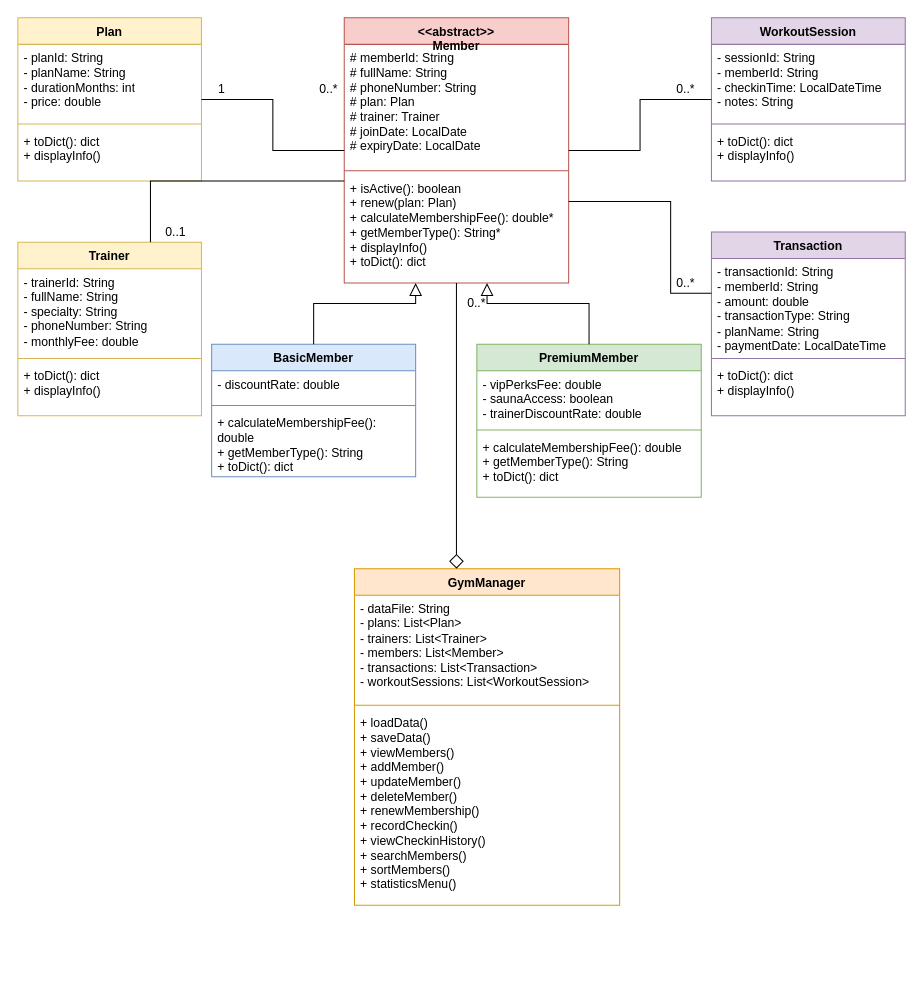
LuongKhaiAn/btl-python-nhom7 keeps this draw.io diagram as page "Class Diagram" (1 of 3) of docs/UML.drawio. Above is the earlier version. Source tidied: cells renumbered, new cells numbered last; positions are measured from the earlier drawing's top-left corner, leaving out a move shared by most shapes. Both pictures are drawn from the tidied source at 102%, with x=0, y=0 at pixel (17, 17).
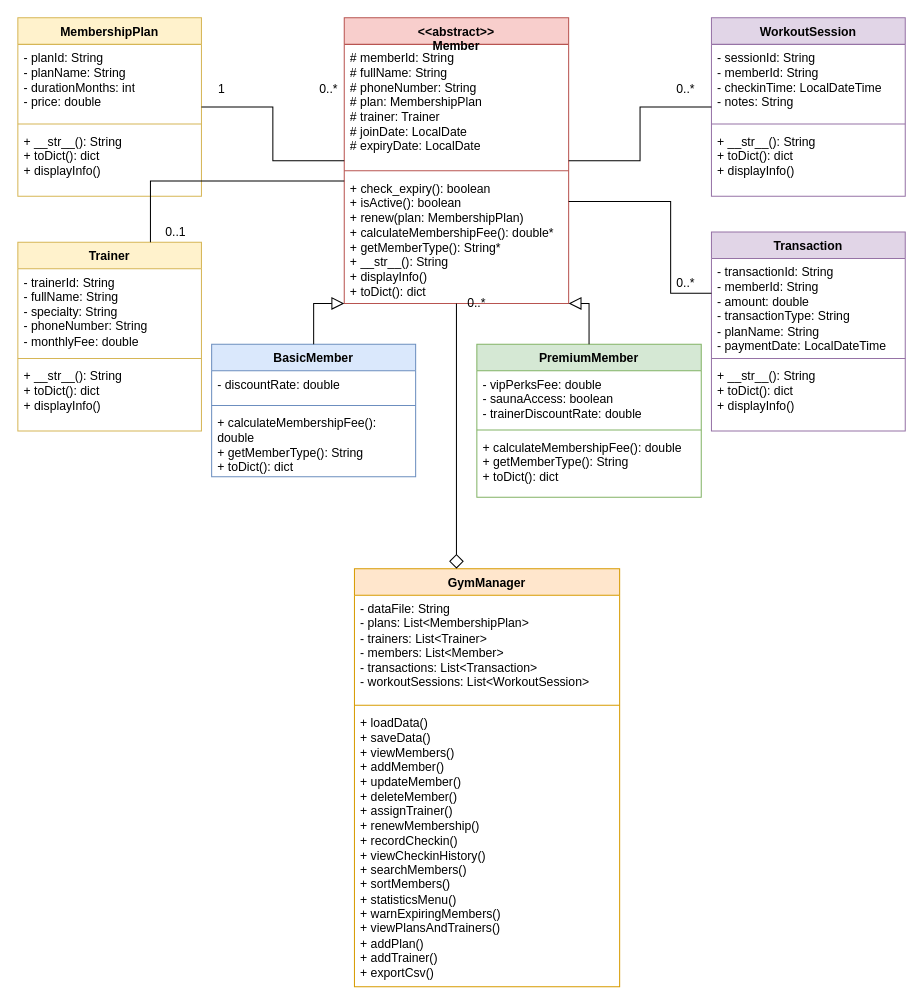
The same diagram, later.

What changed in the source:
```diff
@@
     <mxCell id="2" value="&amp;lt;&amp;lt;abstract&amp;gt;&amp;gt;&#10;Member" style="swimlane;fontStyle=1;align=center;verticalAlign=top;horizontal=1;startSize=26;whiteSpace=wrap;html=1;fillColor=#f8cecc;strokeColor=#b85450;" parent="1" vertex="1">
-      <mxGeometry x="320" width="220" height="260" as="geometry" />
+      <mxGeometry x="320" width="220" height="280" as="geometry" />
     </mxCell>
-    <mxCell id="3" value="# memberId: String&#10;# fullName: String&#10;# phoneNumber: String&#10;# plan: Plan&#10;# trainer: Trainer&#10;# joinDate: LocalDate&#10;# expiryDate: LocalDate" style="text;strokeColor=none;fillColor=none;align=left;verticalAlign=top;spacingLeft=4;spacingRight=4;overflow=hidden;whiteSpace=wrap;html=1;" parent="2" vertex="1">
+    <mxCell id="3" value="# memberId: String&#10;# fullName: String&#10;# phoneNumber: String&#10;# plan: MembershipPlan&#10;# trainer: Trainer&#10;# joinDate: LocalDate&#10;# expiryDate: LocalDate" style="text;strokeColor=none;fillColor=none;align=left;verticalAlign=top;spacingLeft=4;spacingRight=4;overflow=hidden;whiteSpace=wrap;html=1;" parent="2" vertex="1">
       <mxGeometry y="26" width="220" height="120" as="geometry" />
     </mxCell>
@@
-    <mxCell id="5" value="+ isActive(): boolean&#10;+ renew(plan: Plan)&#10;+ calculateMembershipFee(): double*&#10;+ getMemberType(): String*&#10;+ displayInfo()&#10;+ toDict(): dict" style="text;strokeColor=none;fillColor=none;align=left;verticalAlign=top;spacingLeft=4;spacingRight=4;overflow=hidden;whiteSpace=wrap;html=1;" parent="2" vertex="1">
-      <mxGeometry y="154" width="220" height="106" as="geometry" />
+    <mxCell id="5" value="+ check_expiry(): boolean&#10;+ isActive(): boolean&#10;+ renew(plan: MembershipPlan)&#10;+ calculateMembershipFee(): double*&#10;+ getMemberType(): String*&#10;+ __str__(): String&#10;+ displayInfo()&#10;+ toDict(): dict" style="text;strokeColor=none;fillColor=none;align=left;verticalAlign=top;spacingLeft=4;spacingRight=4;overflow=hidden;whiteSpace=wrap;html=1;" parent="2" vertex="1">
+      <mxGeometry y="154" width="220" height="126" as="geometry" />
     </mxCell>
@@
-    <mxCell id="16" value="Plan" style="swimlane;fontStyle=1;align=center;verticalAlign=top;horizontal=1;startSize=26;whiteSpace=wrap;html=1;fillColor=#fff2cc;strokeColor=#d6b656;" parent="1" vertex="1">
-      <mxGeometry width="180" height="160" as="geometry" />
+    <mxCell id="16" value="MembershipPlan" style="swimlane;fontStyle=1;align=center;verticalAlign=top;horizontal=1;startSize=26;whiteSpace=wrap;html=1;fillColor=#fff2cc;strokeColor=#d6b656;" parent="1" vertex="1">
+      <mxGeometry width="180" height="175" as="geometry" />
     </mxCell>
@@
-    <mxCell id="19" value="+ toDict(): dict&#10;+ displayInfo()" style="text;strokeColor=none;fillColor=none;align=left;verticalAlign=top;spacingLeft=4;spacingRight=4;overflow=hidden;whiteSpace=wrap;html=1;" parent="16" vertex="1">
-      <mxGeometry y="108" width="180" height="52" as="geometry" />
+    <mxCell id="19" value="+ __str__(): String&#10;+ toDict(): dict&#10;+ displayInfo()" style="text;strokeColor=none;fillColor=none;align=left;verticalAlign=top;spacingLeft=4;spacingRight=4;overflow=hidden;whiteSpace=wrap;html=1;" parent="16" vertex="1">
+      <mxGeometry y="108" width="180" height="67" as="geometry" />
     </mxCell>
     <mxCell id="20" value="Trainer" style="swimlane;fontStyle=1;align=center;verticalAlign=top;horizontal=1;startSize=26;whiteSpace=wrap;html=1;fillColor=#fff2cc;strokeColor=#d6b656;" parent="1" vertex="1">
-      <mxGeometry y="220" width="180" height="170" as="geometry" />
+      <mxGeometry y="220" width="180" height="185" as="geometry" />
     </mxCell>
@@
-    <mxCell id="23" value="+ toDict(): dict&#10;+ displayInfo()" style="text;strokeColor=none;fillColor=none;align=left;verticalAlign=top;spacingLeft=4;spacingRight=4;overflow=hidden;whiteSpace=wrap;html=1;" parent="20" vertex="1">
-      <mxGeometry y="118" width="180" height="52" as="geometry" />
+    <mxCell id="23" value="+ __str__(): String&#10;+ toDict(): dict&#10;+ displayInfo()" style="text;strokeColor=none;fillColor=none;align=left;verticalAlign=top;spacingLeft=4;spacingRight=4;overflow=hidden;whiteSpace=wrap;html=1;" parent="20" vertex="1">
+      <mxGeometry y="118" width="180" height="67" as="geometry" />
     </mxCell>
     <mxCell id="24" value="WorkoutSession" style="swimlane;fontStyle=1;align=center;verticalAlign=top;horizontal=1;startSize=26;whiteSpace=wrap;html=1;fillColor=#e1d5e7;strokeColor=#9673a6;" parent="1" vertex="1">
-      <mxGeometry x="680" width="190" height="160" as="geometry" />
+      <mxGeometry x="680" width="190" height="175" as="geometry" />
     </mxCell>
@@
-    <mxCell id="27" value="+ toDict(): dict&#10;+ displayInfo()" style="text;strokeColor=none;fillColor=none;align=left;verticalAlign=top;spacingLeft=4;spacingRight=4;overflow=hidden;whiteSpace=wrap;html=1;" parent="24" vertex="1">
-      <mxGeometry y="108" width="190" height="52" as="geometry" />
+    <mxCell id="27" value="+ __str__(): String&#10;+ toDict(): dict&#10;+ displayInfo()" style="text;strokeColor=none;fillColor=none;align=left;verticalAlign=top;spacingLeft=4;spacingRight=4;overflow=hidden;whiteSpace=wrap;html=1;" parent="24" vertex="1">
+      <mxGeometry y="108" width="190" height="67" as="geometry" />
     </mxCell>
     <mxCell id="28" value="Transaction" style="swimlane;fontStyle=1;align=center;verticalAlign=top;horizontal=1;startSize=26;whiteSpace=wrap;html=1;fillColor=#e1d5e7;strokeColor=#9673a6;" parent="1" vertex="1">
-      <mxGeometry x="680" y="210" width="190" height="180" as="geometry" />
+      <mxGeometry x="680" y="210" width="190" height="195" as="geometry" />
     </mxCell>
@@
-    <mxCell id="31" value="+ toDict(): dict&#10;+ displayInfo()" style="text;strokeColor=none;fillColor=none;align=left;verticalAlign=top;spacingLeft=4;spacingRight=4;overflow=hidden;whiteSpace=wrap;html=1;" parent="28" vertex="1">
-      <mxGeometry y="128" width="190" height="52" as="geometry" />
+    <mxCell id="31" value="+ __str__(): String&#10;+ toDict(): dict&#10;+ displayInfo()" style="text;strokeColor=none;fillColor=none;align=left;verticalAlign=top;spacingLeft=4;spacingRight=4;overflow=hidden;whiteSpace=wrap;html=1;" parent="28" vertex="1">
+      <mxGeometry y="128" width="190" height="67" as="geometry" />
     </mxCell>
     <mxCell id="32" value="GymManager" style="swimlane;fontStyle=1;align=center;verticalAlign=top;horizontal=1;startSize=26;whiteSpace=wrap;html=1;fillColor=#ffe6cc;strokeColor=#d79b00;" parent="1" vertex="1">
-      <mxGeometry x="330" y="540" width="260" height="330" as="geometry" />
+      <mxGeometry x="330" y="540" width="260" height="410" as="geometry" />
     </mxCell>
-    <mxCell id="33" value="- dataFile: String&#10;- plans: List&amp;lt;Plan&amp;gt;&#10;- trainers: List&amp;lt;Trainer&amp;gt;&#10;- members: List&amp;lt;Member&amp;gt;&#10;- transactions: List&amp;lt;Transaction&amp;gt;&#10;- workoutSessions: List&amp;lt;WorkoutSession&amp;gt;" style="text;strokeColor=none;fillColor=none;align=left;verticalAlign=top;spacingLeft=4;spacingRight=4;overflow=hidden;whiteSpace=wrap;html=1;" parent="32" vertex="1">
+    <mxCell id="33" value="- dataFile: String&#10;- plans: List&amp;lt;MembershipPlan&amp;gt;&#10;- trainers: List&amp;lt;Trainer&amp;gt;&#10;- members: List&amp;lt;Member&amp;gt;&#10;- transactions: List&amp;lt;Transaction&amp;gt;&#10;- workoutSessions: List&amp;lt;WorkoutSession&amp;gt;" style="text;strokeColor=none;fillColor=none;align=left;verticalAlign=top;spacingLeft=4;spacingRight=4;overflow=hidden;whiteSpace=wrap;html=1;" parent="32" vertex="1">
       <mxGeometry y="26" width="260" height="104" as="geometry" />
     </mxCell>
@@
-    <mxCell id="35" value="+ loadData()&#10;+ saveData()&#10;+ viewMembers()&#10;+ addMember()&#10;+ updateMember()&#10;+ deleteMember()&#10;+ renewMembership()&#10;+ recordCheckin()&#10;+ viewCheckinHistory()&#10;+ searchMembers()&#10;+ sortMembers()&#10;+ statisticsMenu()" style="text;strokeColor=none;fillColor=none;align=left;verticalAlign=top;spacingLeft=4;spacingRight=4;overflow=hidden;whiteSpace=wrap;html=1;" parent="32" vertex="1">
-      <mxGeometry y="138" width="260" height="192" as="geometry" />
+    <mxCell id="35" value="+ loadData()&#10;+ saveData()&#10;+ viewMembers()&#10;+ addMember()&#10;+ updateMember()&#10;+ deleteMember()&#10;+ assignTrainer()&#10;+ renewMembership()&#10;+ recordCheckin()&#10;+ viewCheckinHistory()&#10;+ searchMembers()&#10;+ sortMembers()&#10;+ statisticsMenu()&#10;+ warnExpiringMembers()&#10;+ viewPlansAndTrainers()&#10;+ addPlan()&#10;+ addTrainer()&#10;+ exportCsv()" style="text;strokeColor=none;fillColor=none;align=left;verticalAlign=top;spacingLeft=4;spacingRight=4;overflow=hidden;whiteSpace=wrap;html=1;" parent="32" vertex="1">
+      <mxGeometry y="138" width="260" height="272" as="geometry" />
     </mxCell>
```
